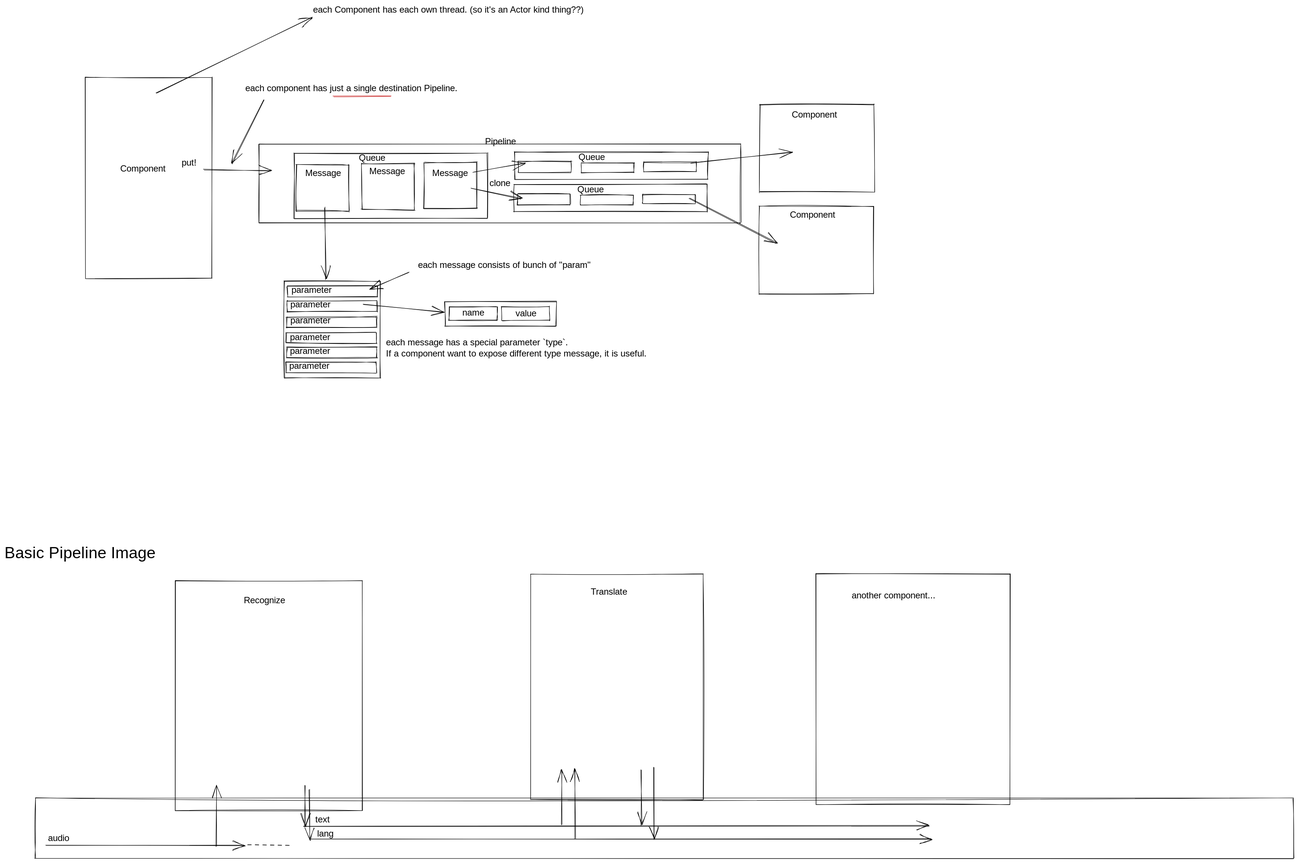
Above: docs/architecture.svg in yuniruyuni/MrDamianOld (Excalidraw), before the change. Source tidied: one line per element, renumbered; positions are measured from the earlier drawing's top-left corner, leaving out a move shared by most shapes.
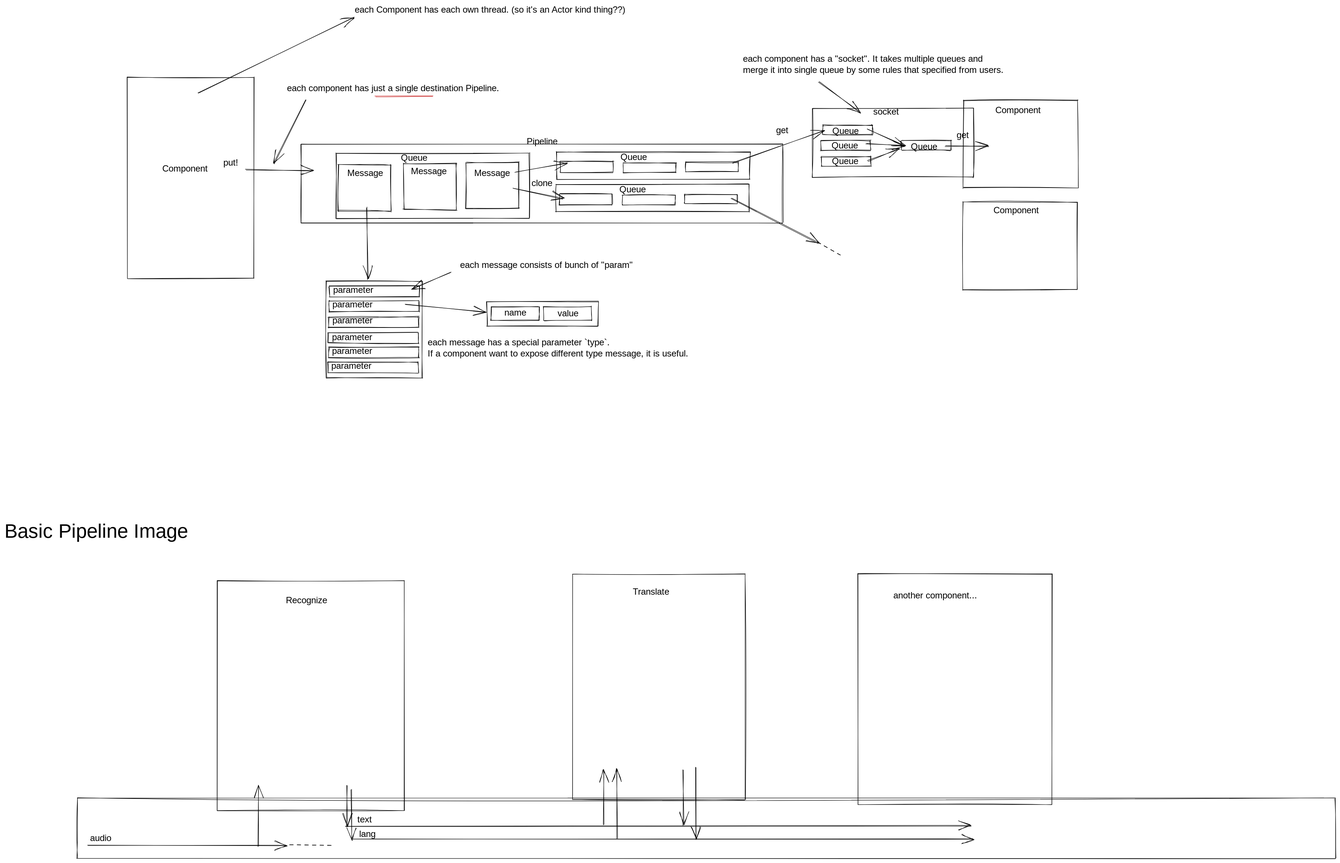
The same file after the commit.

Commit message:
docs: update architecture design

What changed in the source:
```diff
@@ -1,5 +1,9 @@
 {"id": 0, "type": "rectangle", "strokeColor": "#000000", "strokeWidth": 1, "roughness": 1, "x": 650, "y": 334, "width": 434, "height": 146}
 {"id": 1, "type": "rectangle", "strokeColor": "#000000", "strokeWidth": 1, "roughness": 1, "x": 1146, "y": 331, "width": 434, "height": 62}
+{"id": 83, "type": "rectangle", "strokeColor": "#000000", "strokeWidth": 1, "roughness": 1, "x": 1743, "y": 271, "width": 111, "height": 21}
+{"id": 84, "type": "rectangle", "strokeColor": "#000000", "strokeWidth": 1, "roughness": 1, "x": 1920, "y": 306, "width": 111, "height": 21}
+{"id": 85, "type": "rectangle", "strokeColor": "#000000", "strokeWidth": 1, "roughness": 1, "x": 1739, "y": 306, "width": 111, "height": 21}
+{"id": 86, "type": "rectangle", "strokeColor": "#000000", "strokeWidth": 1, "roughness": 1, "x": 1740, "y": 342, "width": 111, "height": 21}
 {"id": 2, "type": "rectangle", "strokeColor": "#000000", "strokeWidth": 1, "roughness": 1, "x": 1144, "y": 404, "width": 434, "height": 62}
 {"id": 3, "type": "rectangle", "strokeColor": "#000000", "strokeWidth": 1, "roughness": 1, "x": 655, "y": 360, "width": 118, "height": 104}
 {"id": 4, "type": "rectangle", "strokeColor": "#000000", "strokeWidth": 1, "roughness": 1, "x": 1154, "y": 353, "width": 118, "height": 25}
@@ -13,6 +17,10 @@
 {"id": 12, "type": "rectangle", "strokeColor": "#000000", "strokeWidth": 1, "roughness": 1, "x": 1433, "y": 427, "width": 118, "height": 21}
 {"id": 13, "type": "text", "text": "Queue", "strokeColor": "#000000", "strokeWidth": 1, "roughness": 1, "fontSize": 20, "fontFamily": 1, "x": 796, "y": 333, "width": 61, "height": 25}
 {"id": 14, "type": "text", "text": "Queue", "strokeColor": "#000000", "strokeWidth": 1, "roughness": 1, "fontSize": 20, "fontFamily": 1, "x": 1289, "y": 332, "width": 61, "height": 25}
+{"id": 87, "type": "text", "text": "Queue", "strokeColor": "#000000", "strokeWidth": 1, "roughness": 1, "fontSize": 20, "fontFamily": 1, "x": 1764, "y": 273, "width": 61, "height": 25}
+{"id": 88, "type": "text", "text": "Queue", "strokeColor": "#000000", "strokeWidth": 1, "roughness": 1, "fontSize": 20, "fontFamily": 1, "x": 1941, "y": 308, "width": 61, "height": 25}
+{"id": 89, "type": "text", "text": "Queue", "strokeColor": "#000000", "strokeWidth": 1, "roughness": 1, "fontSize": 20, "fontFamily": 1, "x": 1763, "y": 305, "width": 61, "height": 25}
+{"id": 90, "type": "text", "text": "Queue", "strokeColor": "#000000", "strokeWidth": 1, "roughness": 1, "fontSize": 20, "fontFamily": 1, "x": 1764, "y": 341, "width": 61, "height": 25}
 {"id": 15, "type": "text", "text": "Queue", "strokeColor": "#000000", "strokeWidth": 1, "roughness": 1, "fontSize": 20, "fontFamily": 1, "x": 1287, "y": 404, "width": 61, "height": 25}
 {"id": 16, "type": "text", "text": "Message", "strokeColor": "#000000", "strokeWidth": 1, "roughness": 1, "fontSize": 20, "fontFamily": 1, "x": 960, "y": 368, "width": 84, "height": 25}
 {"id": 17, "type": "text", "text": "Message", "strokeColor": "#000000", "strokeWidth": 1, "roughness": 1, "fontSize": 20, "fontFamily": 1, "x": 819, "y": 363, "width": 84, "height": 25}
@@ -40,17 +48,19 @@
 {"id": 39, "type": "text", "text": "parameter", "strokeColor": "#000000", "strokeWidth": 1, "roughness": 1, "fontSize": 20, "fontFamily": 1, "x": 641, "y": 767, "width": 102, "height": 25}
 {"id": 40, "type": "text", "text": "parameter", "strokeColor": "#000000", "strokeWidth": 1, "roughness": 1, "fontSize": 20, "fontFamily": 1, "x": 640, "y": 800, "width": 102, "height": 25}
 {"id": 41, "type": "rectangle", "strokeColor": "#000000", "strokeWidth": 1, "roughness": 1, "x": 182, "y": 163, "width": 284, "height": 452}
-{"id": 42, "type": "rectangle", "strokeColor": "#000000", "strokeWidth": 1, "roughness": 1, "x": 1694, "y": 453, "width": 257, "height": 197}
+{"id": 42, "type": "rectangle", "strokeColor": "#000000", "strokeWidth": 1, "roughness": 1, "x": 2058, "y": 443, "width": 257, "height": 197}
-{"id": 43, "type": "rectangle", "strokeColor": "#000000", "strokeWidth": 1, "roughness": 1, "x": 1696, "y": 224, "width": 257, "height": 197}
+{"id": 43, "type": "rectangle", "strokeColor": "#000000", "strokeWidth": 1, "roughness": 1, "x": 2059, "y": 215, "width": 257, "height": 197}
 {"id": 44, "type": "arrow", "strokeColor": "#000000", "strokeWidth": 1, "roughness": 1, "endArrowhead": "arrow", "from": 46, "x": 447, "y": 371, "width": 152, "height": 2, "points": [[0, 0], [152, 2]]}
 {"id": 45, "type": "arrow", "strokeColor": "#000000", "strokeWidth": 1, "roughness": 1, "endArrowhead": "arrow", "from": 52, "x": 582, "y": 213, "width": 70, "height": 145, "points": [[0, 0], [-70, 145]]}
+{"id": 91, "type": "arrow", "strokeColor": "#000000", "strokeWidth": 1, "roughness": 1, "endArrowhead": "arrow", "from": 92, "x": 1734, "y": 175, "width": 93, "height": 67, "points": [[0, 0], [93, 67]]}
 {"id": 46, "type": "text", "text": "put!", "strokeColor": "#000000", "strokeWidth": 1, "roughness": 1, "fontSize": 20, "fontFamily": 1, "x": 398, "y": 344, "width": 40, "height": 25}
 {"id": 47, "type": "text", "text": "Component", "strokeColor": "#000000", "strokeWidth": 1, "roughness": 1, "fontSize": 20, "fontFamily": 1, "x": 260, "y": 358, "width": 100, "height": 25}
-{"id": 48, "type": "text", "text": "Component", "strokeColor": "#000000", "strokeWidth": 1, "roughness": 1, "fontSize": 20, "fontFamily": 1, "x": 1764, "y": 461, "width": 100, "height": 25}
+{"id": 48, "type": "text", "text": "Component", "strokeColor": "#000000", "strokeWidth": 1, "roughness": 1, "fontSize": 20, "fontFamily": 1, "x": 2127, "y": 451, "width": 100, "height": 25}
-{"id": 49, "type": "text", "text": "Component", "strokeColor": "#000000", "strokeWidth": 1, "roughness": 1, "fontSize": 20, "fontFamily": 1, "x": 1768, "y": 236, "width": 100, "height": 25}
+{"id": 49, "type": "text", "text": "Component", "strokeColor": "#000000", "strokeWidth": 1, "roughness": 1, "fontSize": 20, "fontFamily": 1, "x": 2131, "y": 226, "width": 100, "height": 25}
 {"id": 50, "type": "arrow", "strokeColor": "#000000", "strokeWidth": 1, "roughness": 1, "endArrowhead": "arrow", "to": 51, "x": 342, "y": 198, "width": 350, "height": 169, "points": [[0, 0], [350, -169]]}
 {"id": 51, "type": "text", "text": "each Component has each own thread. (so it's an Actor kind thing??)", "strokeColor": "#000000", "strokeWidth": 1, "roughness": 1, "fontSize": 20, "fontFamily": 1, "x": 693, "y": 0, "width": 681, "height": 25}
 {"id": 52, "type": "text", "text": "each component has just a single destination Pipeline. ", "strokeColor": "#000000", "strokeWidth": 1, "roughness": 1, "fontSize": 20, "fontFamily": 1, "x": 541, "y": 177, "width": 542, "height": 25}
+{"id": 92, "type": "text", "text": "each component has a \"socket\". It takes multiple queues and\nmerge it into single queue by some rules that specified from users.", "strokeColor": "#000000", "strokeWidth": 1, "roughness": 1, "fontSize": 20, "fontFamily": 1, "x": 1564, "y": 111, "width": 664, "height": 50}
 {"id": 53, "type": "rectangle", "strokeColor": "#000000", "strokeWidth": 1, "roughness": 1, "x": 69, "y": 1782, "width": 2826, "height": 136}
 {"id": 54, "type": "rectangle", "strokeColor": "#000000", "strokeWidth": 1, "roughness": 1, "x": 384, "y": 1294, "width": 420, "height": 516}
 {"id": 55, "type": "rectangle", "strokeColor": "#000000", "strokeWidth": 1, "roughness": 1, "x": 1182, "y": 1280, "width": 387, "height": 506}
@@ -72,12 +82,21 @@
 {"id": 71, "type": "arrow", "strokeColor": "#000000", "strokeWidth": 1, "roughness": 1, "endArrowhead": "arrow", "x": 1281, "y": 1875, "width": 0, "height": 157, "points": [[0, 0], [0, -157]]}
 {"id": 72, "type": "arrow", "strokeColor": "#000000", "strokeWidth": 1, "roughness": 1, "endArrowhead": "arrow", "x": 1430, "y": 1719, "width": 0, "height": 126, "points": [[0, 0], [0, 126]]}
 {"id": 73, "type": "arrow", "strokeColor": "#000000", "strokeWidth": 1, "roughness": 1, "endArrowhead": "arrow", "x": 1458, "y": 1713, "width": 0, "height": 162, "points": [[0, 0], [0, 162]]}
-{"id": 74, "type": "text", "text": "Basic Pipeline Image", "strokeColor": "#000000", "strokeWidth": 1, "roughness": 1, "fontSize": 36, "fontFamily": 1, "x": 0, "y": 1212, "width": 361, "height": 46}
+{"id": 74, "type": "text", "text": "Basic Pipeline Image", "strokeColor": "#000000", "strokeWidth": 1, "roughness": 1, "fontSize": 44.44, "fontFamily": 1, "x": -94, "y": 1159, "width": 445, "height": 56}
 {"id": 75, "type": "rectangle", "strokeColor": "#000000", "strokeWidth": 1, "roughness": 1, "x": 572, "y": 314, "width": 1081, "height": 177}
+{"id": 93, "type": "rectangle", "strokeColor": "#000000", "strokeWidth": 1, "roughness": 1, "x": 1720, "y": 233, "width": 362, "height": 155}
 {"id": 76, "type": "arrow", "strokeColor": "#000000", "strokeWidth": 1, "roughness": 1, "endArrowhead": "arrow", "from": 16, "x": 1052, "y": 377, "width": 118, "height": 20, "points": [[0, 0], [118, -20]]}
 {"id": 77, "type": "arrow", "strokeColor": "#000000", "strokeWidth": 1, "roughness": 1, "endArrowhead": "arrow", "x": 1048, "y": 412, "width": 112, "height": 25, "points": [[0, 0], [112, 25]]}
 {"id": 78, "type": "text", "text": "clone", "strokeColor": "#000000", "strokeWidth": 1, "roughness": 1, "fontSize": 20, "fontFamily": 1, "textAlign": "center", "verticalAlign": "middle", "inside": 75, "x": 1088, "y": 390, "width": 49, "height": 25}
-{"id": 79, "type": "arrow", "strokeColor": "#000000", "strokeWidth": 1, "roughness": 1, "endArrowhead": "arrow", "x": 1540, "y": 357, "width": 230, "height": 26, "points": [[0, 0], [230, -26]]}
+{"id": 79, "type": "arrow", "strokeColor": "#000000", "strokeWidth": 1, "roughness": 1, "endArrowhead": "arrow", "x": 1540, "y": 357, "width": 208, "height": 75, "points": [[0, 0], [208, -75]]}
+{"id": 94, "type": "arrow", "strokeColor": "#000000", "strokeWidth": 1, "roughness": 1, "endArrowhead": "arrow", "to": 88, "x": 1844, "y": 281, "width": 83, "height": 37, "points": [[0, 0], [83, 37]]}
+{"id": 95, "type": "arrow", "strokeColor": "#000000", "strokeWidth": 1, "roughness": 1, "endArrowhead": "arrow", "from": 87, "to": 88, "x": 1840, "y": 313, "width": 87, "height": 4, "points": [[0, 0], [87, 4]]}
+{"id": 96, "type": "arrow", "strokeColor": "#000000", "strokeWidth": 1, "roughness": 1, "endArrowhead": "arrow", "to": 84, "x": 1845, "y": 351, "width": 72, "height": 27, "points": [[0, 0], [72, -27]]}
+{"id": 97, "type": "arrow", "strokeColor": "#000000", "strokeWidth": 1, "roughness": 1, "endArrowhead": "arrow", "x": 2019, "y": 317, "width": 97, "height": 2, "points": [[0, 0], [97, 2]]}
 {"id": 80, "type": "arrow", "strokeColor": "#000000", "strokeWidth": 1, "roughness": 1, "endArrowhead": "arrow", "x": 1538, "y": 435, "width": 196, "height": 101, "points": [[0, 0], [196, 101]]}
 {"id": 81, "type": "text", "text": "Pipeline", "strokeColor": "#000000", "strokeWidth": 1, "roughness": 1, "fontSize": 20, "fontFamily": 1, "x": 1079, "y": 296, "width": 70, "height": 25}
+{"id": 98, "type": "text", "text": "get", "strokeColor": "#000000", "strokeWidth": 1, "roughness": 1, "fontSize": 20, "fontFamily": 1, "x": 1639, "y": 271, "width": 34, "height": 25}
+{"id": 99, "type": "text", "text": "get", "strokeColor": "#000000", "strokeWidth": 1, "roughness": 1, "fontSize": 20, "fontFamily": 1, "x": 2044, "y": 282, "width": 34, "height": 25}
+{"id": 100, "type": "text", "text": "socket", "strokeColor": "#000000", "strokeWidth": 1, "roughness": 1, "fontSize": 20, "fontFamily": 1, "x": 1857, "y": 229, "width": 66, "height": 25}
 {"id": 82, "type": "line", "strokeColor": "#c92a2a", "strokeWidth": 1, "roughness": 1, "x": 738, "y": 207, "width": 131, "height": 0, "points": [[0, 0], [131, 0]]}
+{"id": 101, "type": "line", "strokeColor": "#000000", "strokeWidth": 1, "strokeStyle": "dashed", "roughness": 1, "x": 1733, "y": 533, "width": 51, "height": 30, "points": [[0, 0], [51, 30]]}
```
